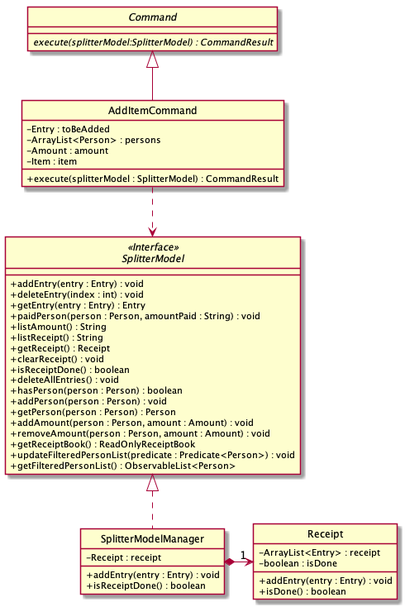
Above: images/ExpenseSplitterAddItemCommandClassDiagram.png in AY1920S2-CS2103T-W13-1/main (PlantUML), before the change.
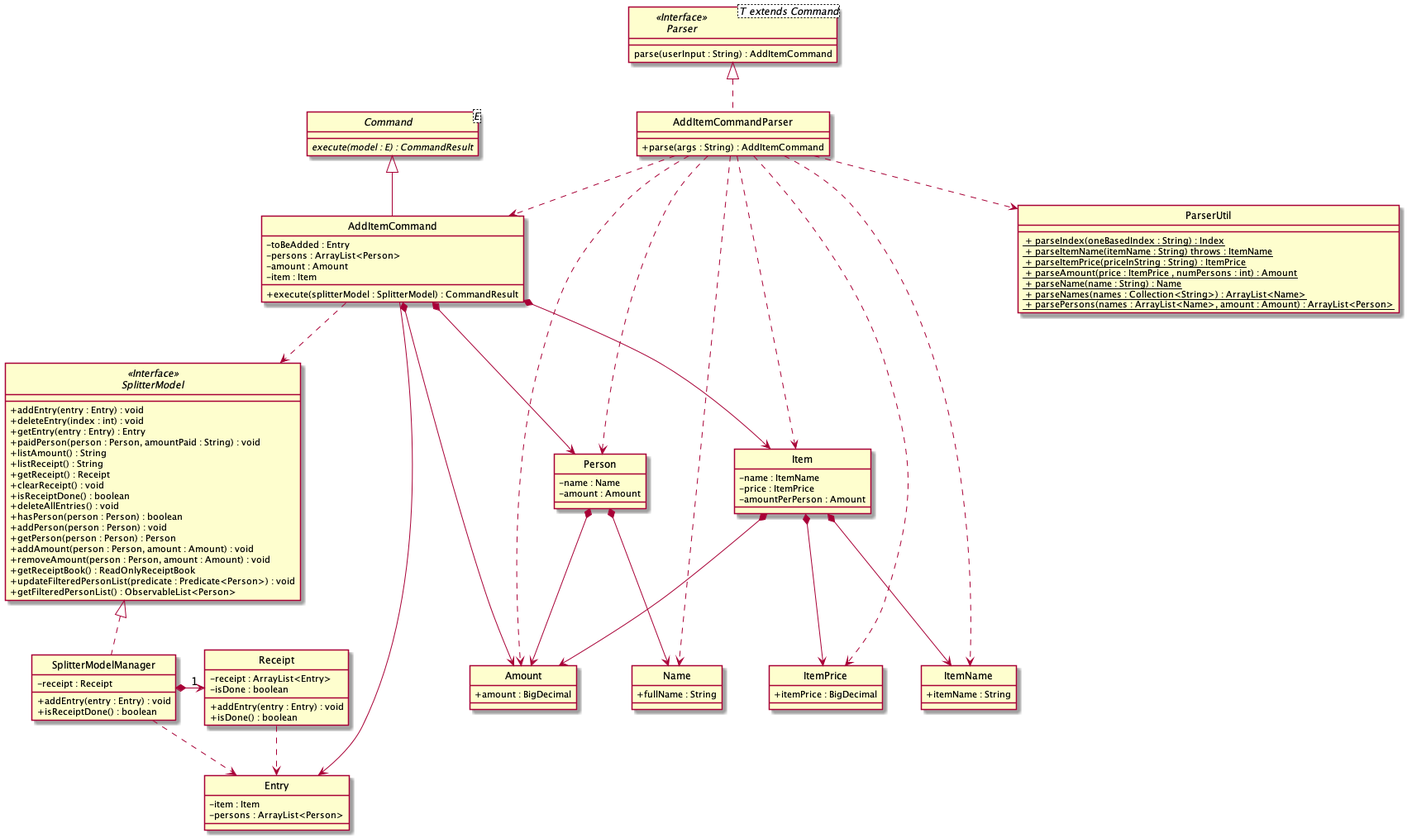
The same file after the commit.

What changed in the source:
```diff
@@ -4,16 +4,23 @@
 skinparam classAttributeIconSize 0
 hide circle
 
+abstract class Command<E> {
+    {abstract} execute(model : E) : CommandResult
+}
 
-abstract class Command {
-    {abstract} execute(splitterModel:SplitterModel) : CommandResult
+class AddItemCommandParser implements Parser {
+    + parse(args : String) : AddItemCommand
+}
+
+interface Parser<T extends Command> <<Interface>> {
+    parse(userInput : String) : AddItemCommand
 }
 
 class AddItemCommand extends Command {
-    - Entry : toBeAdded
-    - ArrayList<Person> : persons
-    - Amount : amount
-    - Item : item
+    - toBeAdded : Entry
+    - persons : ArrayList<Person>
+    - amount : Amount
+    - item : Item
 
     + execute(splitterModel : SplitterModel) : CommandResult
 
@@ -42,24 +49,86 @@
 
 
 class SplitterModelManager implements SplitterModel {
-    - Receipt : receipt
+    - receipt : Receipt
 
     + addEntry(entry : Entry) : void
     + isReceiptDone() : boolean
 }
 
 class Receipt {
-    - ArrayList<Entry> : receipt
-    - boolean : isDone
+    - receipt : ArrayList<Entry>
+    - isDone : boolean
 
     + addEntry(entry : Entry) : void
     + isDone() : boolean
 }
 
+class ParserUtil {
+    <u> + parseIndex(oneBasedIndex : String) : Index
+    <u> + parseItemName(itemName : String) throws : ItemName
+    <u> + parseItemPrice(priceInString : String) : ItemPrice
+    <u> + parseAmount(price : ItemPrice , numPersons : int) : Amount
+    <u> + parseName(name : String) : Name
+    <u> + parseNames(names : Collection<String>) : ArrayList<Name>
+    <u> + parsePersons(names : ArrayList<Name>, amount : Amount) : ArrayList<Person>
+}
+
+class Name {
+    + fullName : String
+}
+
+class ItemName {
+    + itemName : String
+}
+
+class ItemPrice {
+    + itemPrice : BigDecimal
+}
+
+class Item {
+    - name : ItemName
+    - price : ItemPrice
+    - amountPerPerson : Amount
+}
+
+class Amount {
+    + amount : BigDecimal
+}
+
+class Person {
+    - name : Name
+    - amount : Amount
+}
+
+class Entry {
+    - item : Item
+    - persons : ArrayList<Person>
+}
 
 
+Item *--> Amount
+Item *--> ItemName
+Item *--> ItemPrice
 
+AddItemCommand --> Entry
+AddItemCommand *--> Item
+AddItemCommand *--> Person
+AddItemCommand *--> Amount
 AddItemCommand ..> SplitterModel
+
+Person *--> Name
+Person *--> Amount
+
+AddItemCommandParser ..> AddItemCommand
+AddItemCommandParser ..> Name
+AddItemCommandParser ..> Amount
+AddItemCommandParser ..> Person
+AddItemCommandParser ..> ItemName
+AddItemCommandParser ..> ItemPrice
+AddItemCommandParser ..> Item
+AddItemCommandParser ..> ParserUtil
+SplitterModelManager ..> Entry
+Receipt ..> Entry
 SplitterModelManager *-right->"1" Receipt
 
 
```
